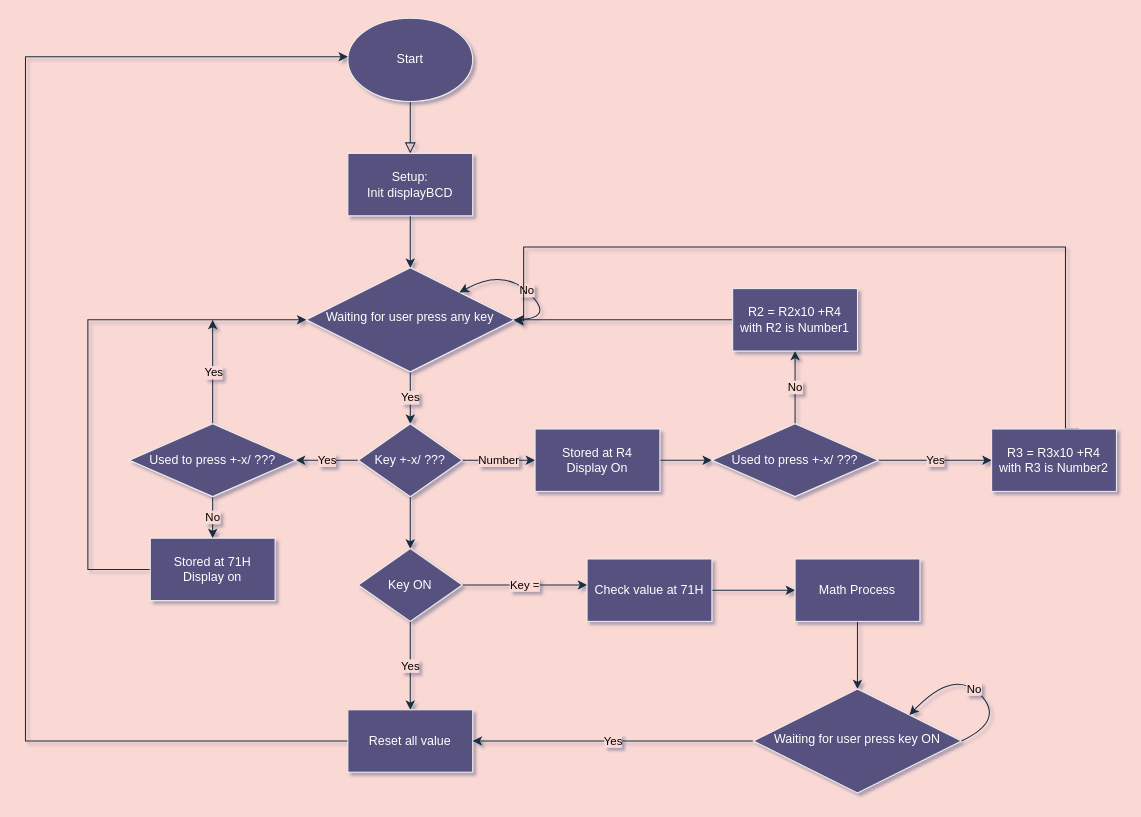
Above: Algorithm.drawio in UIT20522097/Caculator8051 (draw.io), before the change. Source tidied: cells renumbered, new cells numbered last; positions are measured from the earlier drawing's top-left corner, leaving out a move shared by most shapes. Both pictures are drawn from the tidied source at 104%, with x=0, y=0 at pixel (25, 18).
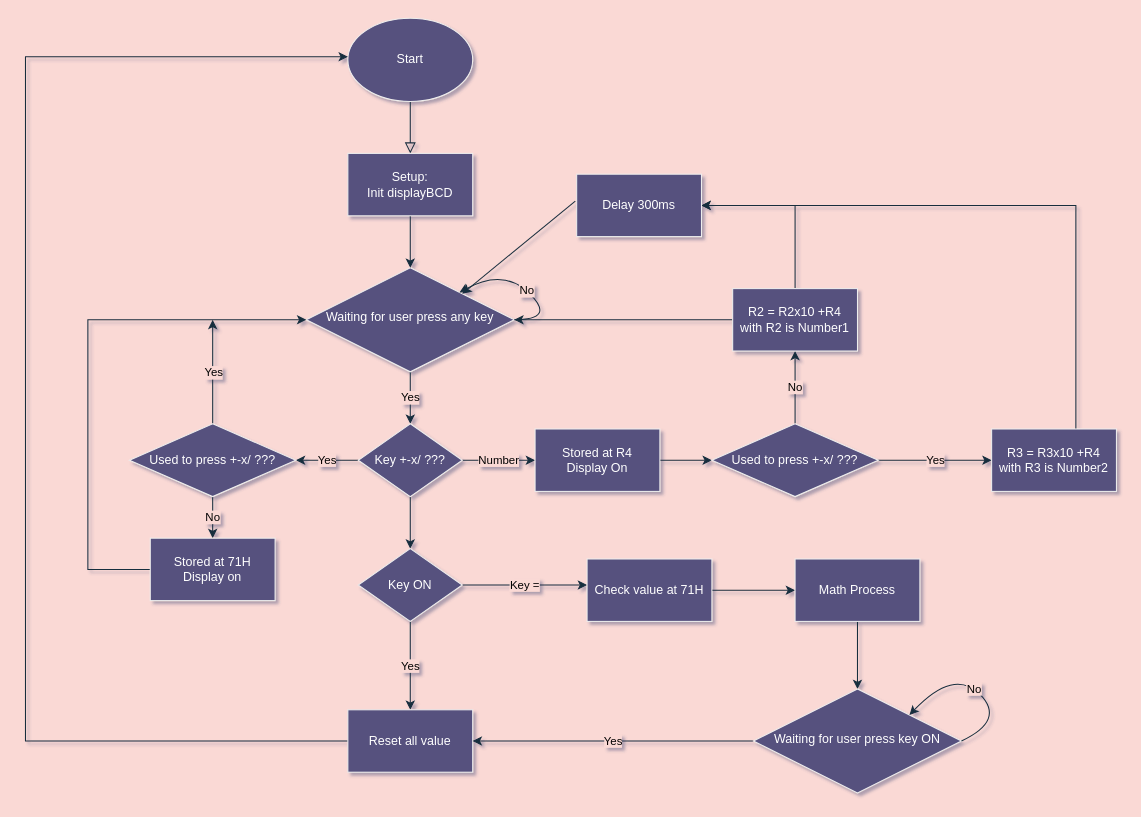
Above is the later version.

Unchanged cells that the change refers to:
```xml
<mxCell id="4" value="Waiting for user press any key" style="rhombus;whiteSpace=wrap;html=1;shadow=0;fontFamily=Helvetica;fontSize=12;align=center;strokeWidth=1;spacing=6;spacingTop=-4;fillColor=#56517E;strokeColor=#EEEEEE;fontColor=#FFFFFF;" parent="1" vertex="1">
  <mxGeometry x="270" y="240" width="200" height="100" as="geometry" />
</mxCell>
<mxCell id="24" value="R2 = R2x10 +R4&lt;br&gt;with R2 is Number1" style="whiteSpace=wrap;html=1;fillColor=#56517E;strokeColor=#EEEEEE;fontColor=#FFFFFF;" parent="1" vertex="1">
  <mxGeometry x="680" y="260" width="120" height="60" as="geometry" />
</mxCell>
<mxCell id="26" value="R3 = R3x10 +R4&lt;br&gt;with R3 is Number2" style="whiteSpace=wrap;html=1;fillColor=#56517E;strokeColor=#EEEEEE;fontColor=#FFFFFF;" parent="1" vertex="1">
  <mxGeometry x="929" y="395" width="120" height="60" as="geometry" />
</mxCell>
```

The edit, as a diff of the source:
```diff
@@
+    <mxCell id="39" style="edgeStyle=orthogonalEdgeStyle;rounded=0;jettySize=auto;html=1;entryX=1;entryY=0.5;entryDx=0;entryDy=0;labelBackgroundColor=#FAD9D5;strokeColor=#182E3E;" parent="1" edge="1" source="24" target="41">
+      <mxGeometry relative="1" as="geometry">
+        <Array as="points">
+          <mxPoint x="740" y="180" />
+        </Array>
+      </mxGeometry>
+    </mxCell>
@@
-    <mxCell id="25" style="edgeStyle=orthogonalEdgeStyle;rounded=0;orthogonalLoop=1;jettySize=auto;html=1;labelBackgroundColor=#FAD9D5;strokeColor=#182E3E;" parent="1" edge="1">
-      <mxGeometry relative="1" as="geometry">
-        <mxPoint x="1013" y="395" as="sourcePoint" />
-        <mxPoint x="470" y="291" as="targetPoint" />
-        <Array as="points">
-          <mxPoint x="1000" y="395" />
-          <mxPoint x="1000" y="220" />
-          <mxPoint x="479" y="220" />
-          <mxPoint x="479" y="291" />
-        </Array>
-      </mxGeometry>
-    </mxCell>
+    <mxCell id="40" style="edgeStyle=orthogonalEdgeStyle;rounded=0;jettySize=auto;html=1;entryX=1;entryY=0.5;entryDx=0;entryDy=0;labelBackgroundColor=#FAD9D5;strokeColor=#182E3E;" parent="1" edge="1" source="26" target="41">
+      <mxGeometry relative="1" as="geometry">
+        <Array as="points">
+          <mxPoint x="1010" y="180" />
+        </Array>
+      </mxGeometry>
+    </mxCell>
@@
+    <mxCell id="41" value="Delay 300ms" style="whiteSpace=wrap;html=1;fillColor=#56517E;strokeColor=#EEEEEE;fontColor=#FFFFFF;" parent="1" vertex="1">
+      <mxGeometry x="530" y="150" width="120" height="60" as="geometry" />
+    </mxCell>
+    <mxCell id="42" style="endArrow=classic;html=1;rounded=0;exitX=-0.011;exitY=0.431;exitDx=0;exitDy=0;exitPerimeter=0;entryX=1;entryY=0;entryDx=0;entryDy=0;labelBackgroundColor=#FAD9D5;strokeColor=#182E3E;" parent="1" edge="1" source="41" target="4">
+      <mxGeometry relative="1" as="geometry" />
+    </mxCell>
```
